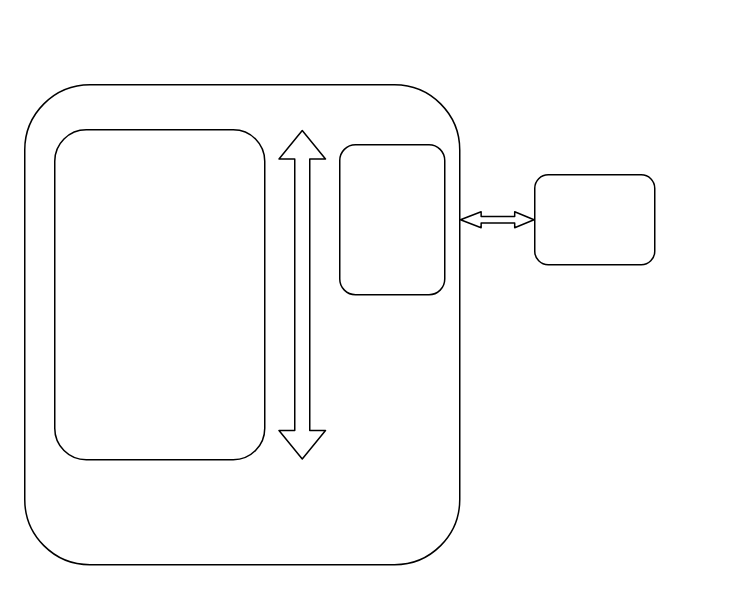
LuliangPro/simulator keeps this draw.io diagram as Untitled Diagram.drawio. Above is the earlier version. Source tidied: cells renumbered, new cells numbered last; positions are measured from the earlier drawing's top-left corner, leaving out a move shared by most shapes. Both pictures are drawn from the tidied source at 150%, with x=0, y=0 at pixel (24, 84).
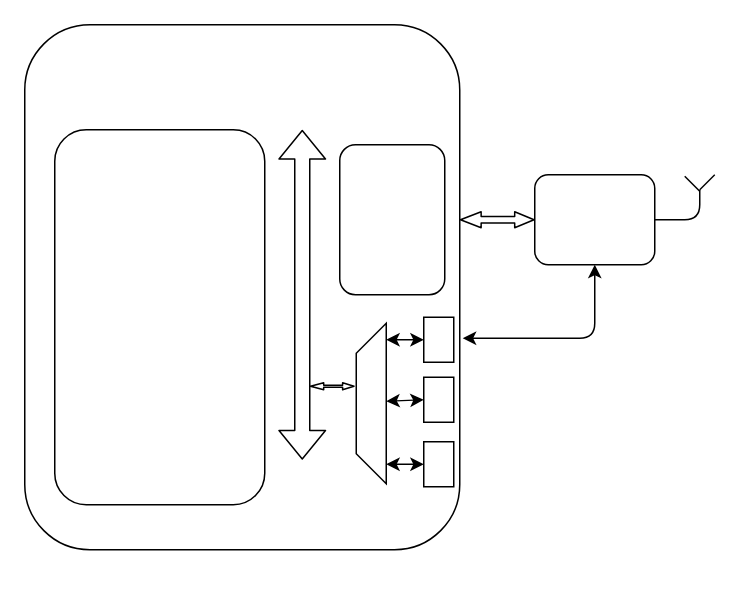
The same diagram, later.

Unchanged cells that the change refers to:
```xml
<mxCell id="4" style="rounded=1;whiteSpace=wrap;html=1;" parent="1" vertex="1">
  <mxGeometry x="340" y="60" width="80" height="60" as="geometry" />
</mxCell>
```

Change to the diagram source:
```diff
@@
     <mxCell id="2" style="rounded=1;whiteSpace=wrap;html=1;" parent="1" vertex="1">
-      <mxGeometry width="290" height="320" as="geometry" />
+      <mxGeometry y="-40" width="290" height="350" as="geometry" />
     </mxCell>
@@
     <mxCell id="5" style="rounded=1;whiteSpace=wrap;html=1;" parent="1" vertex="1">
-      <mxGeometry x="20" y="30" width="140" height="220" as="geometry" />
+      <mxGeometry x="20" y="30" width="140" height="250" as="geometry" />
     </mxCell>
@@
+    <mxCell id="8" style="endArrow=classic;startArrow=classic;html=1;entryX=0.5;entryY=1;entryDx=0;entryDy=0;" parent="1" edge="1" target="4">
+      <mxGeometry relative="1" as="geometry">
+        <mxPoint x="292" y="169" as="sourcePoint" />
+        <Array as="points">
+          <mxPoint x="380" y="169" />
+        </Array>
+      </mxGeometry>
+    </mxCell>
+    <mxCell id="9" style="shape=flexArrow;endArrow=classic;startArrow=classic;html=1;startWidth=2.4793866628092;startSize=2.5977578475336323;endWidth=2.4793866628092;endSize=2.2004484304932737;width=1.3004484304932735;" parent="1" edge="1">
+      <mxGeometry relative="1" as="geometry">
+        <mxPoint x="190" y="201" as="sourcePoint" />
+        <mxPoint x="220" y="201" as="targetPoint" />
+      </mxGeometry>
+    </mxCell>
+    <mxCell id="10" style="shape=trapezoid;perimeter=trapezoidPerimeter;whiteSpace=wrap;html=1;fixedSize=1;rotation=-90;" parent="1" vertex="1">
+      <mxGeometry x="177.5" y="202.5" width="107" height="20" as="geometry" />
+    </mxCell>
+    <mxCell id="11" style="endArrow=classic;startArrow=classic;html=1;entryX=0;entryY=0.5;entryDx=0;entryDy=0;" parent="1" edge="1" target="17">
+      <mxGeometry relative="1" as="geometry">
+        <mxPoint x="241" y="170" as="sourcePoint" />
+      </mxGeometry>
+    </mxCell>
+    <mxCell id="12" style="endArrow=classic;startArrow=classic;html=1;entryX=0;entryY=0.5;entryDx=0;entryDy=0;" parent="1" edge="1" target="18">
+      <mxGeometry relative="1" as="geometry">
+        <mxPoint x="241" y="211" as="sourcePoint" />
+      </mxGeometry>
+    </mxCell>
+    <mxCell id="13" style="endArrow=none;html=1;" parent="1" edge="1">
+      <mxGeometry relative="1" as="geometry">
+        <mxPoint x="420" y="90" as="sourcePoint" />
+        <mxPoint x="450" y="70" as="targetPoint" />
+        <Array as="points">
+          <mxPoint x="450" y="90" />
+        </Array>
+      </mxGeometry>
+    </mxCell>
+    <mxCell id="14" style="endArrow=none;html=1;" parent="1" edge="1">
+      <mxGeometry relative="1" as="geometry">
+        <mxPoint x="450" y="70" as="sourcePoint" />
+        <mxPoint x="460" y="60" as="targetPoint" />
+      </mxGeometry>
+    </mxCell>
+    <mxCell id="15" style="endArrow=none;html=1;" parent="1" edge="1">
+      <mxGeometry relative="1" as="geometry">
+        <mxPoint x="450" y="71" as="sourcePoint" />
+        <mxPoint x="440" y="61" as="targetPoint" />
+      </mxGeometry>
+    </mxCell>
+    <mxCell id="16" style="endArrow=classic;startArrow=classic;html=1;entryX=0;entryY=0.5;entryDx=0;entryDy=0;" parent="1" edge="1" target="19">
+      <mxGeometry relative="1" as="geometry">
+        <mxPoint x="241" y="253" as="sourcePoint" />
+      </mxGeometry>
+    </mxCell>
+    <mxCell id="17" style="rounded=0;whiteSpace=wrap;html=1;" parent="1" vertex="1">
+      <mxGeometry x="266" y="155" width="20" height="30" as="geometry" />
+    </mxCell>
+    <mxCell id="18" style="rounded=0;whiteSpace=wrap;html=1;" parent="1" vertex="1">
+      <mxGeometry x="266" y="195" width="20" height="30" as="geometry" />
+    </mxCell>
+    <mxCell id="19" style="rounded=0;whiteSpace=wrap;html=1;" parent="1" vertex="1">
+      <mxGeometry x="266" y="238" width="20" height="30" as="geometry" />
+    </mxCell>
```
